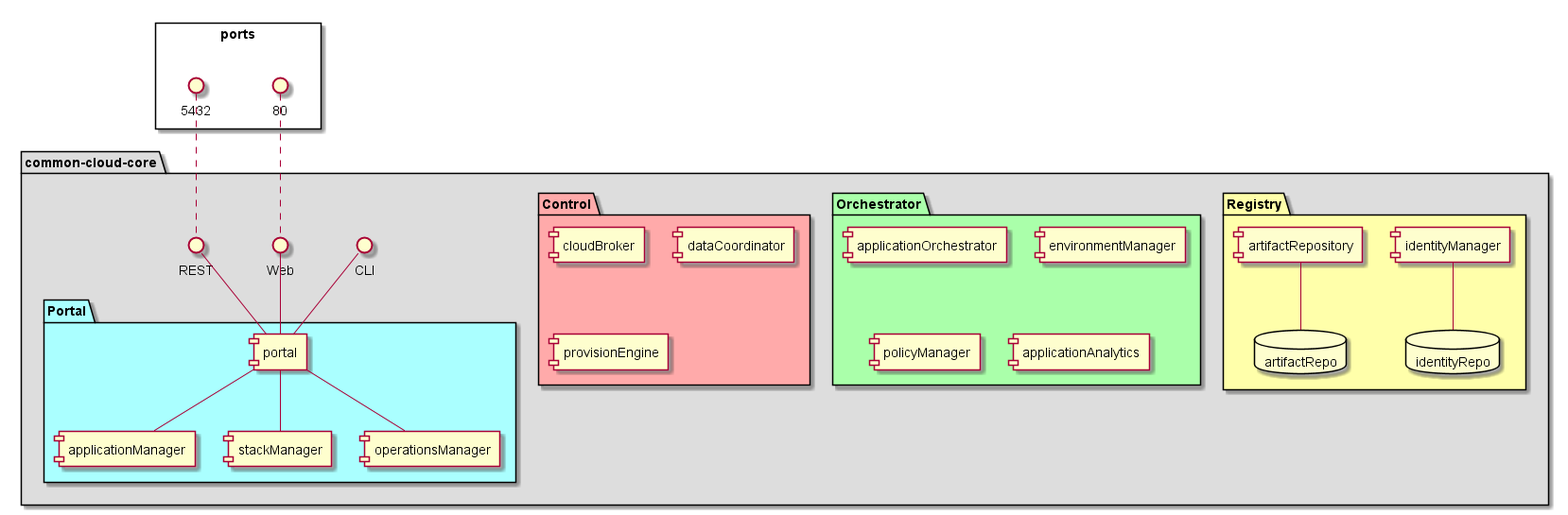
The PlantUML diagram docs/Solution/Deployment.png in CAADE/C3, before a commit.
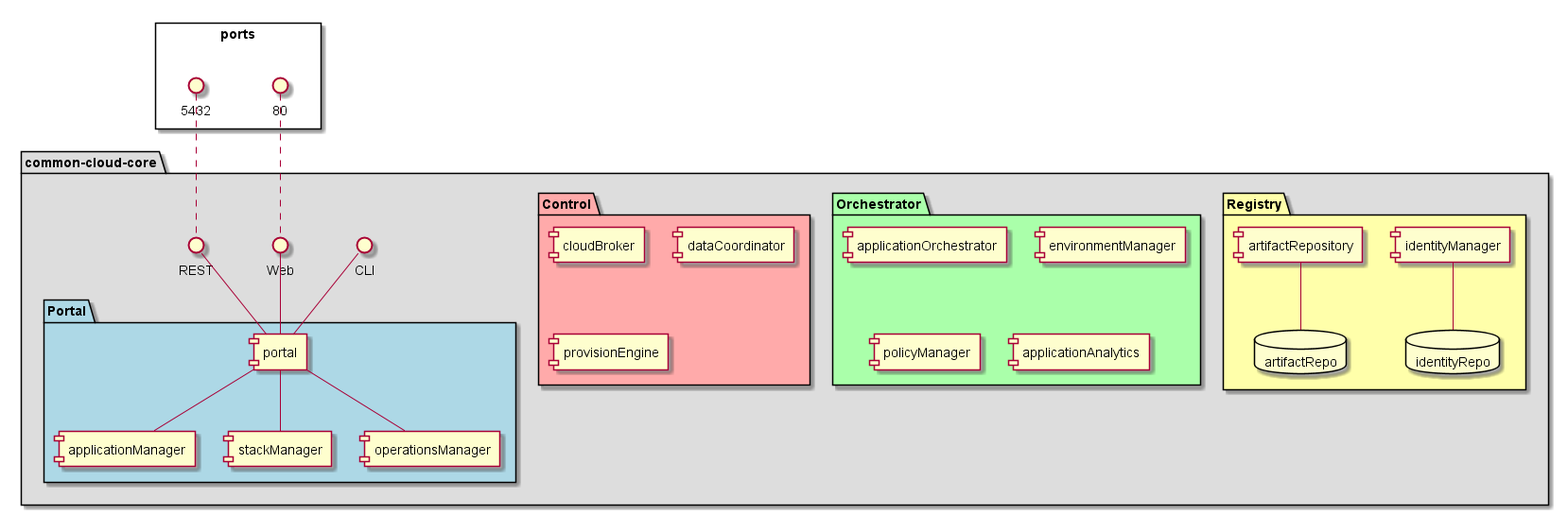
After the commit.

The edit, as a diff of the source:
```diff
@@ -5,7 +5,7 @@
   interface CLI
   interface Web
   interface REST
-  package Portal #aaffff {
+  package Portal #lightblue {
     component portal
     component applicationManager
     component stackManager
```
